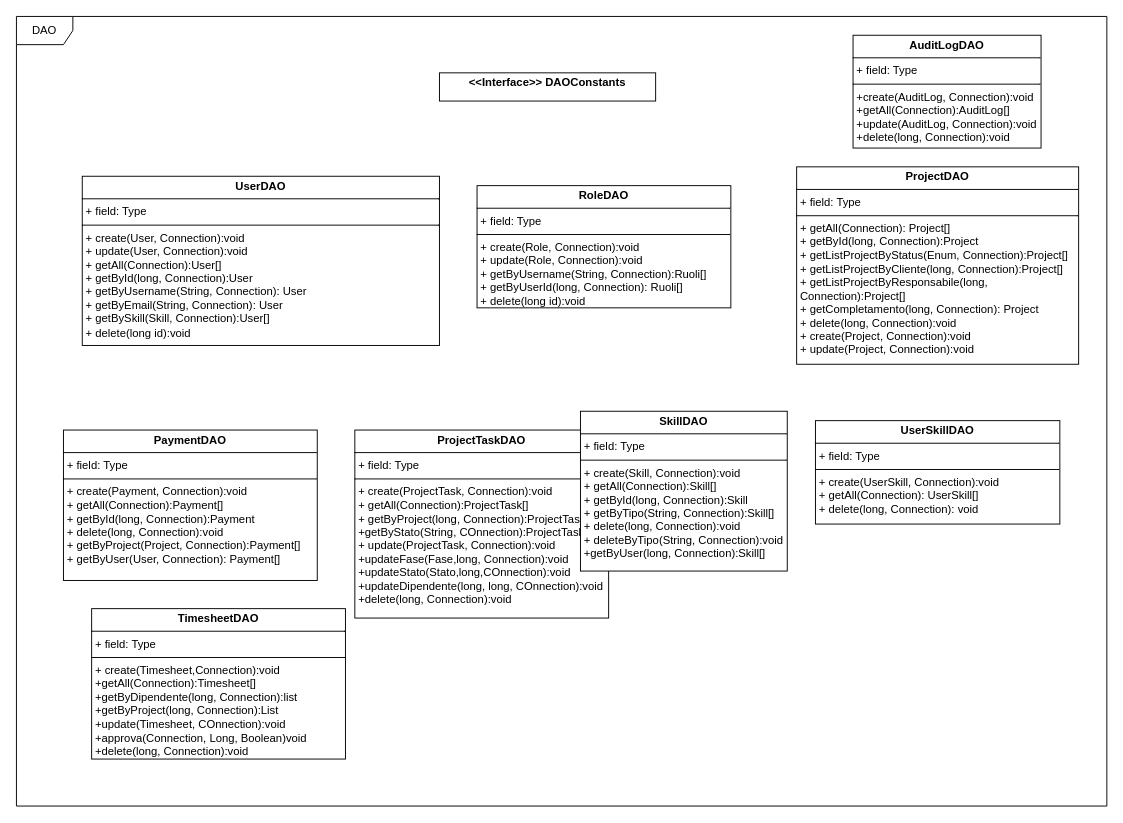
Before: page "DAO" (1 of 2) of gestione_progetti_uml.drawio in davide-vigano-tas/gestione_progetti, a draw.io diagram. Source tidied: cells renumbered, new cells numbered last; positions are measured from the earlier drawing's top-left corner, leaving out a move shared by most shapes. Both pictures are drawn from the tidied source at 94%, with x=0, y=0 at pixel (16, 16).
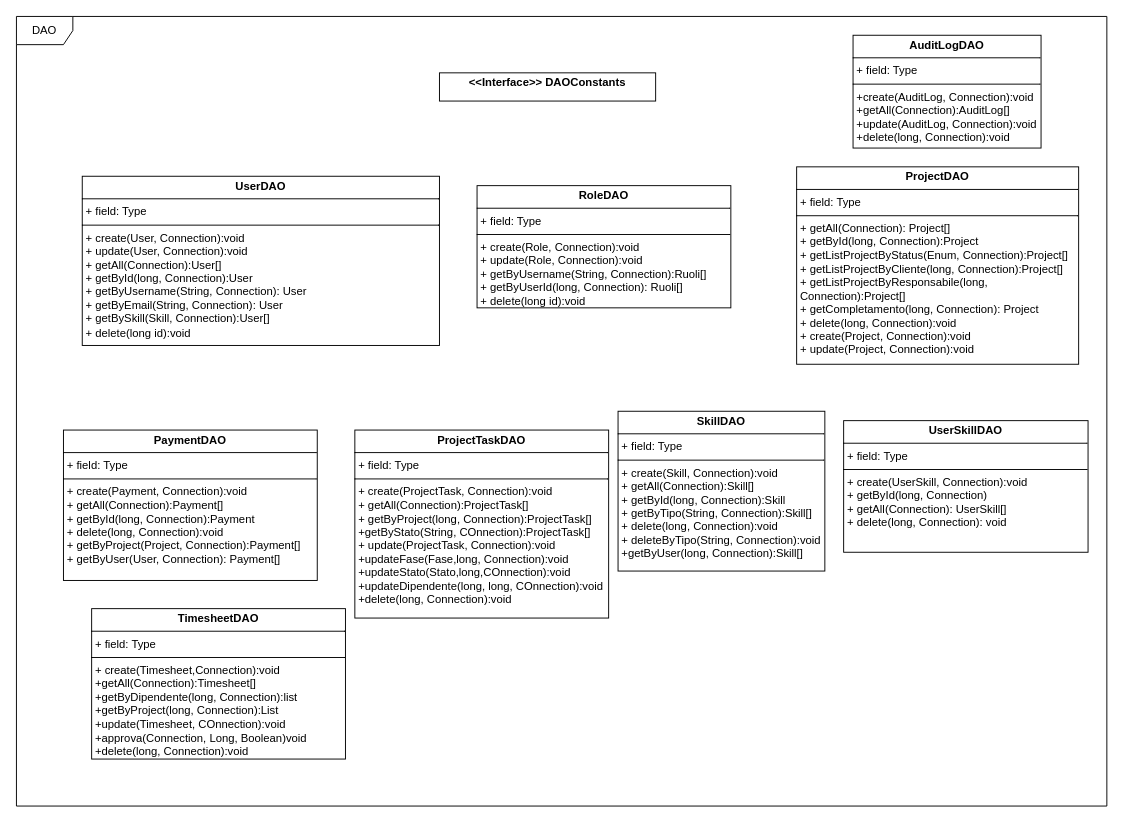
The same diagram, later.

The edit, as a diff of the source:
```diff
@@
 <mxGraphModel>
   <root>
     <mxCell id="0" />
     <mxCell id="1" parent="0" />
     <mxCell id="2" value="&lt;p style=&quot;margin:0px;margin-top:4px;text-align:center;&quot;&gt;&lt;b style=&quot;background-color: light-dark(#ffffff, var(--ge-dark-color, #121212));&quot;&gt;&lt;font style=&quot;color: rgb(0, 0, 0);&quot;&gt;UserDAO&lt;/font&gt;&lt;/b&gt;&lt;/p&gt;&lt;hr size=&quot;1&quot; style=&quot;border-style:solid;&quot;&gt;&lt;p style=&quot;margin:0px;margin-left:4px;&quot;&gt;+ field: Type&lt;/p&gt;&lt;hr size=&quot;1&quot; style=&quot;border-style:solid;&quot;&gt;&lt;p style=&quot;margin:0px;margin-left:4px;&quot;&gt;+ create(User, Connection):void&lt;/p&gt;&lt;p style=&quot;margin:0px;margin-left:4px;&quot;&gt;+ update(User, Connection):void&lt;/p&gt;&lt;p style=&quot;margin:0px;margin-left:4px;&quot;&gt;+ getAll(Connection):User[]&lt;/p&gt;&lt;p style=&quot;margin:0px;margin-left:4px;&quot;&gt;+ getById(long, Connection):User&lt;/p&gt;&lt;p style=&quot;margin:0px;margin-left:4px;&quot;&gt;+ getByUsername(String, Connection): User&lt;/p&gt;&lt;p style=&quot;margin:0px;margin-left:4px;&quot;&gt;+&amp;nbsp;&lt;span style=&quot;background-color: transparent; color: light-dark(rgb(0, 0, 0), rgb(255, 255, 255));&quot;&gt;getByEmail(String, Connection): User&lt;/span&gt;&lt;/p&gt;&lt;p style=&quot;margin:0px;margin-left:4px;&quot;&gt;+ getBySkill(Skill, Connection):User[]&lt;/p&gt;&lt;p style=&quot;margin:0px;margin-left:4px;&quot;&gt;+ delete(long id):void&lt;/p&gt;" style="verticalAlign=top;align=left;overflow=fill;html=1;whiteSpace=wrap;" parent="1" vertex="1">
       <mxGeometry x="70" y="170" width="380" height="180" as="geometry" />
     </mxCell>
     <mxCell id="3" value="DAO" style="shape=umlFrame;whiteSpace=wrap;html=1;" parent="1" vertex="1">
       <mxGeometry width="1160" height="840" as="geometry" />
     </mxCell>
     <mxCell id="4" value="&lt;p style=&quot;margin:0px;margin-top:4px;text-align:center;&quot;&gt;&lt;b&gt;RoleDAO&lt;/b&gt;&lt;/p&gt;&lt;hr size=&quot;1&quot; style=&quot;border-style:solid;&quot;&gt;&lt;p style=&quot;margin:0px;margin-left:4px;&quot;&gt;+ field: Type&lt;/p&gt;&lt;hr size=&quot;1&quot; style=&quot;border-style:solid;&quot;&gt;&lt;p style=&quot;margin:0px;margin-left:4px;&quot;&gt;+ create(Role, Connection):void&lt;/p&gt;&lt;p style=&quot;margin:0px;margin-left:4px;&quot;&gt;+ update(Role, Connection):void&lt;/p&gt;&lt;p style=&quot;margin:0px;margin-left:4px;&quot;&gt;+ getByUsername(String, Connection):Ruoli[]&lt;/p&gt;&lt;p style=&quot;margin:0px;margin-left:4px;&quot;&gt;+ getByUserId(long, Connection): Ruoli[]&lt;/p&gt;&lt;p style=&quot;margin:0px;margin-left:4px;&quot;&gt;+ delete(long id):void&lt;/p&gt;" style="verticalAlign=top;align=left;overflow=fill;html=1;whiteSpace=wrap;" parent="1" vertex="1">
       <mxGeometry x="490" y="180" width="270" height="130" as="geometry" />
     </mxCell>
     <mxCell id="5" value="&lt;p style=&quot;margin:0px;margin-top:4px;text-align:center;&quot;&gt;&lt;span style=&quot;background-color: rgb(255, 255, 255);&quot;&gt;&lt;b&gt;AuditLogDAO&lt;/b&gt;&lt;/span&gt;&lt;/p&gt;&lt;hr size=&quot;1&quot; style=&quot;border-style:solid;&quot;&gt;&lt;p style=&quot;margin:0px;margin-left:4px;&quot;&gt;+ field: Type&lt;/p&gt;&lt;hr size=&quot;1&quot; style=&quot;border-style:solid;&quot;&gt;&lt;p style=&quot;margin:0px;margin-left:4px;&quot;&gt;+create(AuditLog, Connection):void&lt;/p&gt;&lt;p style=&quot;margin:0px;margin-left:4px;&quot;&gt;+getAll(Connection):AuditLog[]&lt;/p&gt;&lt;p style=&quot;margin:0px;margin-left:4px;&quot;&gt;+update(AuditLog, Connection):void&lt;/p&gt;&lt;p style=&quot;margin:0px;margin-left:4px;&quot;&gt;+delete(long, Connection):void&lt;/p&gt;" style="verticalAlign=top;align=left;overflow=fill;html=1;whiteSpace=wrap;" parent="1" vertex="1">
       <mxGeometry x="890" y="20" width="200" height="120" as="geometry" />
     </mxCell>
     <mxCell id="6" value="&lt;p style=&quot;margin:0px;margin-top:4px;text-align:center;&quot;&gt;&lt;b style=&quot;background-color: light-dark(#ffffff, var(--ge-dark-color, #121212));&quot;&gt;&lt;font style=&quot;color: rgb(0, 0, 0);&quot;&gt;PaymentDAO&lt;/font&gt;&lt;/b&gt;&lt;/p&gt;&lt;hr size=&quot;1&quot; style=&quot;border-style:solid;&quot;&gt;&lt;p style=&quot;margin:0px;margin-left:4px;&quot;&gt;+ field: Type&lt;/p&gt;&lt;hr size=&quot;1&quot; style=&quot;border-style:solid;&quot;&gt;&lt;p style=&quot;margin:0px;margin-left:4px;&quot;&gt;+ create(Payment, Connection):void&lt;/p&gt;&lt;p style=&quot;margin:0px;margin-left:4px;&quot;&gt;+ getAll(Connection):Payment[]&lt;/p&gt;&lt;p style=&quot;margin:0px;margin-left:4px;&quot;&gt;+ getById(long, Connection):Payment&lt;/p&gt;&lt;p style=&quot;margin:0px;margin-left:4px;&quot;&gt;+ delete(long, Connection):void&lt;/p&gt;&lt;p style=&quot;margin:0px;margin-left:4px;&quot;&gt;+ getByProject(Project, Connection):Payment[]&lt;/p&gt;&lt;p style=&quot;margin:0px;margin-left:4px;&quot;&gt;+ getByUser(User, Connection): Payment[]&lt;/p&gt;&lt;p style=&quot;margin:0px;margin-left:4px;&quot;&gt;&lt;br&gt;&lt;/p&gt;" style="verticalAlign=top;align=left;overflow=fill;html=1;whiteSpace=wrap;" parent="1" vertex="1">
       <mxGeometry x="50" y="440" width="270" height="160" as="geometry" />
     </mxCell>
     <mxCell id="7" value="&lt;p style=&quot;margin:0px;margin-top:4px;text-align:center;&quot;&gt;&lt;span style=&quot;background-color: rgb(255, 255, 255);&quot;&gt;&lt;b&gt;ProjectTaskDAO&lt;/b&gt;&lt;/span&gt;&lt;/p&gt;&lt;hr size=&quot;1&quot; style=&quot;border-style:solid;&quot;&gt;&lt;p style=&quot;margin:0px;margin-left:4px;&quot;&gt;+ field: Type&lt;/p&gt;&lt;hr size=&quot;1&quot; style=&quot;border-style:solid;&quot;&gt;&lt;p style=&quot;margin:0px;margin-left:4px;&quot;&gt;+ create(ProjectTask, Connection):void&lt;/p&gt;&lt;p style=&quot;margin:0px;margin-left:4px;&quot;&gt;+ getAll(Connection):ProjectTask[]&lt;/p&gt;&lt;p style=&quot;margin:0px;margin-left:4px;&quot;&gt;+ getByProject(long, Connection):ProjectTask[]&lt;/p&gt;&lt;p style=&quot;margin:0px;margin-left:4px;&quot;&gt;+getByStato(String, COnnection):ProjectTask[]&lt;/p&gt;&lt;p style=&quot;margin:0px;margin-left:4px;&quot;&gt;+ update(ProjectTask, Connection):void&lt;/p&gt;&lt;p style=&quot;margin:0px;margin-left:4px;&quot;&gt;+updateFase(Fase,long, Connection):void&lt;/p&gt;&lt;p style=&quot;margin:0px;margin-left:4px;&quot;&gt;+updateStato(Stato,long,COnnection):void&lt;/p&gt;&lt;p style=&quot;margin:0px;margin-left:4px;&quot;&gt;+updateDipendente(long, long, COnnection):void&lt;/p&gt;&lt;p style=&quot;margin:0px;margin-left:4px;&quot;&gt;+delete(long, Connection):void&lt;/p&gt;" style="verticalAlign=top;align=left;overflow=fill;html=1;whiteSpace=wrap;" parent="1" vertex="1">
       <mxGeometry x="360" y="440" width="270" height="200" as="geometry" />
     </mxCell>
     <mxCell id="8" value="&lt;p style=&quot;margin:0px;margin-top:4px;text-align:center;&quot;&gt;&lt;b style=&quot;background-color: light-dark(#ffffff, var(--ge-dark-color, #121212));&quot;&gt;&lt;font style=&quot;color: rgb(0, 0, 0);&quot;&gt;SkillDAO&lt;/font&gt;&lt;/b&gt;&lt;/p&gt;&lt;hr size=&quot;1&quot; style=&quot;border-style:solid;&quot;&gt;&lt;p style=&quot;margin:0px;margin-left:4px;&quot;&gt;+ field: Type&lt;/p&gt;&lt;hr size=&quot;1&quot; style=&quot;border-style:solid;&quot;&gt;&lt;p style=&quot;margin:0px;margin-left:4px;&quot;&gt;+ create(Skill, Connection):void&lt;/p&gt;&lt;p style=&quot;margin:0px;margin-left:4px;&quot;&gt;+ getAll(Connection):Skill[]&lt;/p&gt;&lt;p style=&quot;margin:0px;margin-left:4px;&quot;&gt;+ getById(long, Connection):Skill&lt;/p&gt;&lt;p style=&quot;margin:0px;margin-left:4px;&quot;&gt;+ getByTipo(String, Connection):Skill[]&lt;/p&gt;&lt;p style=&quot;margin:0px;margin-left:4px;&quot;&gt;+ delete(long, Connection):void&lt;/p&gt;&lt;p style=&quot;margin:0px;margin-left:4px;&quot;&gt;+ deleteByTipo(String, Connection):void&lt;/p&gt;&lt;p style=&quot;margin:0px;margin-left:4px;&quot;&gt;+getByUser(long, Connection):Skill[]&lt;/p&gt;" style="verticalAlign=top;align=left;overflow=fill;html=1;whiteSpace=wrap;" parent="1" vertex="1">
-      <mxGeometry x="600" y="420" width="220" height="170" as="geometry" />
+      <mxGeometry x="640" y="420" width="220" height="170" as="geometry" />
     </mxCell>
-    <mxCell id="9" value="&lt;p style=&quot;margin:0px;margin-top:4px;text-align:center;&quot;&gt;&lt;b style=&quot;background-color: light-dark(#ffffff, var(--ge-dark-color, #121212));&quot;&gt;&lt;font style=&quot;color: rgb(0, 0, 0);&quot;&gt;UserSkillDAO&lt;/font&gt;&lt;/b&gt;&lt;/p&gt;&lt;hr size=&quot;1&quot; style=&quot;border-style:solid;&quot;&gt;&lt;p style=&quot;margin:0px;margin-left:4px;&quot;&gt;+ field: Type&lt;/p&gt;&lt;hr size=&quot;1&quot; style=&quot;border-style:solid;&quot;&gt;&lt;p style=&quot;margin:0px;margin-left:4px;&quot;&gt;+ create(UserSkill, Connection):void&lt;/p&gt;&lt;p style=&quot;margin:0px;margin-left:4px;&quot;&gt;+ getAll(Connection): UserSkill[]&lt;/p&gt;&lt;p style=&quot;margin:0px;margin-left:4px;&quot;&gt;+ delete(long, Connection): void&lt;/p&gt;" style="verticalAlign=top;align=left;overflow=fill;html=1;whiteSpace=wrap;" parent="1" vertex="1">
-      <mxGeometry x="850" y="430" width="260" height="110" as="geometry" />
+    <mxCell id="9" value="&lt;p style=&quot;margin:0px;margin-top:4px;text-align:center;&quot;&gt;&lt;b style=&quot;background-color: light-dark(#ffffff, var(--ge-dark-color, #121212));&quot;&gt;&lt;font style=&quot;color: rgb(0, 0, 0);&quot;&gt;UserSkillDAO&lt;/font&gt;&lt;/b&gt;&lt;/p&gt;&lt;hr size=&quot;1&quot; style=&quot;border-style:solid;&quot;&gt;&lt;p style=&quot;margin:0px;margin-left:4px;&quot;&gt;+ field: Type&lt;/p&gt;&lt;hr size=&quot;1&quot; style=&quot;border-style:solid;&quot;&gt;&lt;p style=&quot;margin:0px;margin-left:4px;&quot;&gt;+ create(UserSkill, Connection):void&lt;/p&gt;&lt;p style=&quot;margin:0px;margin-left:4px;&quot;&gt;+ getById(long, Connection)&lt;/p&gt;&lt;p style=&quot;margin:0px;margin-left:4px;&quot;&gt;+ getAll(Connection): UserSkill[]&lt;/p&gt;&lt;p style=&quot;margin:0px;margin-left:4px;&quot;&gt;+ delete(long, Connection): void&lt;/p&gt;" style="verticalAlign=top;align=left;overflow=fill;html=1;whiteSpace=wrap;" parent="1" vertex="1">
+      <mxGeometry x="880" y="430" width="260" height="140" as="geometry" />
     </mxCell>
     <mxCell id="10" value="&lt;p style=&quot;margin:0px;margin-top:4px;text-align:center;&quot;&gt;&lt;span style=&quot;background-color: rgb(255, 255, 255);&quot;&gt;&lt;b&gt;TimesheetDAO&lt;/b&gt;&lt;/span&gt;&lt;/p&gt;&lt;hr size=&quot;1&quot; style=&quot;border-style:solid;&quot;&gt;&lt;p style=&quot;margin:0px;margin-left:4px;&quot;&gt;+ field: Type&lt;/p&gt;&lt;hr size=&quot;1&quot; style=&quot;border-style:solid;&quot;&gt;&lt;p style=&quot;margin:0px;margin-left:4px;&quot;&gt;+ create(Timesheet,Connection):void&lt;/p&gt;&lt;p style=&quot;margin:0px;margin-left:4px;&quot;&gt;+getAll(Connection):Timesheet[]&lt;/p&gt;&lt;p style=&quot;margin:0px;margin-left:4px;&quot;&gt;+getByDipendente(long, Connection):list&lt;/p&gt;&lt;p style=&quot;margin:0px;margin-left:4px;&quot;&gt;+getByProject(long, Connection):List&lt;/p&gt;&lt;p style=&quot;margin:0px;margin-left:4px;&quot;&gt;+update(Timesheet, COnnection):void&lt;/p&gt;&lt;p style=&quot;margin:0px;margin-left:4px;&quot;&gt;+approva(Connection, Long, Boolean)void&lt;/p&gt;&lt;p style=&quot;margin:0px;margin-left:4px;&quot;&gt;+delete(long, Connection):void&lt;/p&gt;" style="verticalAlign=top;align=left;overflow=fill;html=1;whiteSpace=wrap;" parent="1" vertex="1">
       <mxGeometry x="80" y="630" width="270" height="160" as="geometry" />
     </mxCell>
     <mxCell id="11" value="&lt;p style=&quot;margin:0px;margin-top:4px;text-align:center;&quot;&gt;&lt;b&gt;&amp;lt;&amp;lt;Interface&amp;gt;&amp;gt; DAOConstants&lt;/b&gt;&lt;/p&gt;" style="verticalAlign=top;align=left;overflow=fill;html=1;whiteSpace=wrap;" parent="1" vertex="1">
       <mxGeometry x="450" y="60" width="230" height="30" as="geometry" />
     </mxCell>
     <mxCell id="12" value="&lt;p style=&quot;margin:0px;margin-top:4px;text-align:center;&quot;&gt;&lt;b style=&quot;background-color: light-dark(#ffffff, var(--ge-dark-color, #121212));&quot;&gt;&lt;font style=&quot;color: rgb(0, 0, 0);&quot;&gt;ProjectDAO&lt;/font&gt;&lt;/b&gt;&lt;/p&gt;&lt;hr size=&quot;1&quot; style=&quot;border-style:solid;&quot;&gt;&lt;p style=&quot;margin:0px;margin-left:4px;&quot;&gt;+ field: Type&lt;/p&gt;&lt;hr size=&quot;1&quot; style=&quot;border-style:solid;&quot;&gt;&lt;p style=&quot;margin:0px;margin-left:4px;&quot;&gt;+ getAll(Connection): Project[]&lt;/p&gt;&lt;p style=&quot;margin: 0px 0px 0px 4px;&quot;&gt;+ getById(long, Connection):Project&lt;/p&gt;&lt;p style=&quot;margin: 0px 0px 0px 4px;&quot;&gt;+ getListProjectByStatus(Enum, Connection):Project[]&lt;/p&gt;&lt;p style=&quot;margin: 0px 0px 0px 4px;&quot;&gt;+ getListProjectByCliente(long, Connection):Project[]&lt;/p&gt;&lt;p style=&quot;margin: 0px 0px 0px 4px;&quot;&gt;+ getListProjectByResponsabile(long, Connection):Project[]&lt;/p&gt;&lt;p style=&quot;margin: 0px 0px 0px 4px;&quot;&gt;+ getCompletamento(long, Connection): Project&lt;/p&gt;&lt;p style=&quot;margin: 0px 0px 0px 4px;&quot;&gt;+&amp;nbsp;&lt;span style=&quot;background-color: transparent; color: light-dark(rgb(0, 0, 0), rgb(255, 255, 255));&quot;&gt;delete(long, Connection):void&lt;/span&gt;&lt;/p&gt;&lt;p style=&quot;margin: 0px 0px 0px 4px;&quot;&gt;&lt;span style=&quot;background-color: transparent; color: light-dark(rgb(0, 0, 0), rgb(255, 255, 255));&quot;&gt;+&amp;nbsp;&lt;/span&gt;&lt;span style=&quot;background-color: transparent; color: light-dark(rgb(0, 0, 0), rgb(255, 255, 255));&quot;&gt;create(Project, Connection):void&lt;/span&gt;&lt;/p&gt;&lt;p style=&quot;margin: 0px 0px 0px 4px;&quot;&gt;&lt;span style=&quot;color: light-dark(rgb(0, 0, 0), rgb(255, 255, 255)); background-color: transparent;&quot;&gt;+&amp;nbsp;&lt;/span&gt;&lt;span style=&quot;color: light-dark(rgb(0, 0, 0), rgb(255, 255, 255)); background-color: transparent;&quot;&gt;update(Project, Connection):void&lt;/span&gt;&lt;span style=&quot;background-color: transparent; color: light-dark(rgb(0, 0, 0), rgb(255, 255, 255));&quot;&gt;&lt;/span&gt;&lt;/p&gt;&lt;div&gt;&lt;br&gt;&lt;/div&gt;" style="verticalAlign=top;align=left;overflow=fill;html=1;whiteSpace=wrap;" parent="1" vertex="1">
       <mxGeometry x="830" y="160" width="300" height="210" as="geometry" />
     </mxCell>
   </root>
 </mxGraphModel>
```
